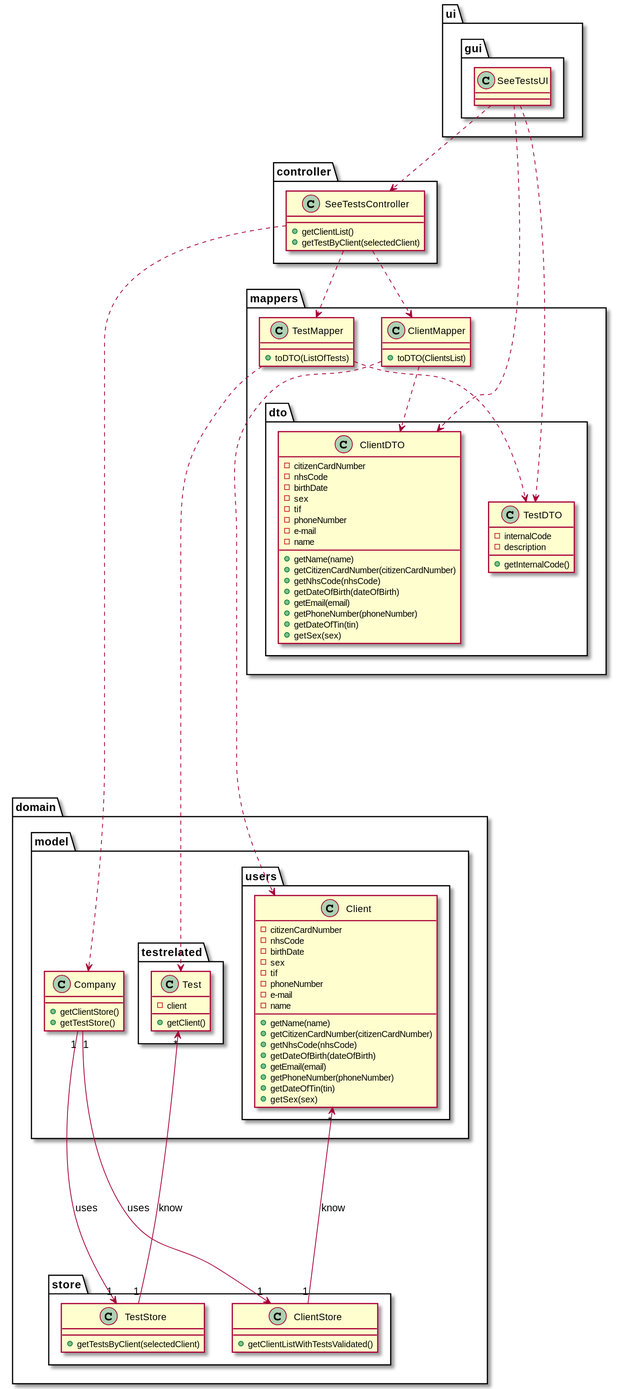
Before: docs/SprintD/US13/US13_CD.svg, a diagram exported from PlantUML (manu-07-ela/LAPR2_ISEP). The source it was exported from:
```plantuml
@startuml
package ui {
package gui {
class SeeTestsUI
}
}
package controller {
class SeeTestsController
}

package mappers {
package dto {
class ClientDTO
class TestDTO
}
class ClientMapper
class TestMapper
}

package domain {
package model {
package users {
class Client
}
package testrelated {
class Test
}
class Company
}
package store {
class ClientStore
class TestStore
}
}

class SeeTestsUI {
}

class SeeTestsController {
+getClientList()
+getTestByClient(selectedClient)

}

class  ClientDTO{
-citizenCardNumber
-nhsCode
-birthDate
-sex
-tif
-phoneNumber
-e-mail
-name

+getName(name)
+getCitizenCardNumber(citizenCardNumber)
+getNhsCode(nhsCode)
+getDateOfBirth(dateOfBirth)
+getEmail(email)
+getPhoneNumber(phoneNumber)
+getDateOfTin(tin)
+getSex(sex)
}

class TestDTO{
-internalCode
-description
+getInternalCode()
}

class Company{
+getClientStore()
+getTestStore()

}

class ClientStore{
+getClientListWithTestsValidated()

}

class ClientMapper{
+toDTO(ClientsList)
}

class TestStore{
+getTestsByClient(selectedClient)

}
class Client {
-citizenCardNumber
-nhsCode
-birthDate
-sex
-tif
-phoneNumber
-e-mail
-name

+getName(name)
+getCitizenCardNumber(citizenCardNumber)
+getNhsCode(nhsCode)
+getDateOfBirth(dateOfBirth)
+getEmail(email)
+getPhoneNumber(phoneNumber)
+getDateOfTin(tin)
+getSex(sex)


}

class TestMapper{
+toDTO(ListOfTests)

}

class Test {
-client
+getClient()

}

SeeTestsUI .> SeeTestsController
SeeTestsUI ....> ClientDTO
SeeTestsUI ....> TestDTO
SeeTestsController .> TestMapper
SeeTestsController ..> ClientMapper
SeeTestsController ..> Company
Company "1" ----> "1" TestStore : uses
Company "1" -----> "1" ClientStore : uses
ClientStore "1" --> "*" Client : know
TestStore"1" --> "*" Test : know
TestMapper ..> TestDTO
TestMapper .....> Test
ClientMapper ..> ClientDTO
ClientMapper ..> Client

@enduml
```
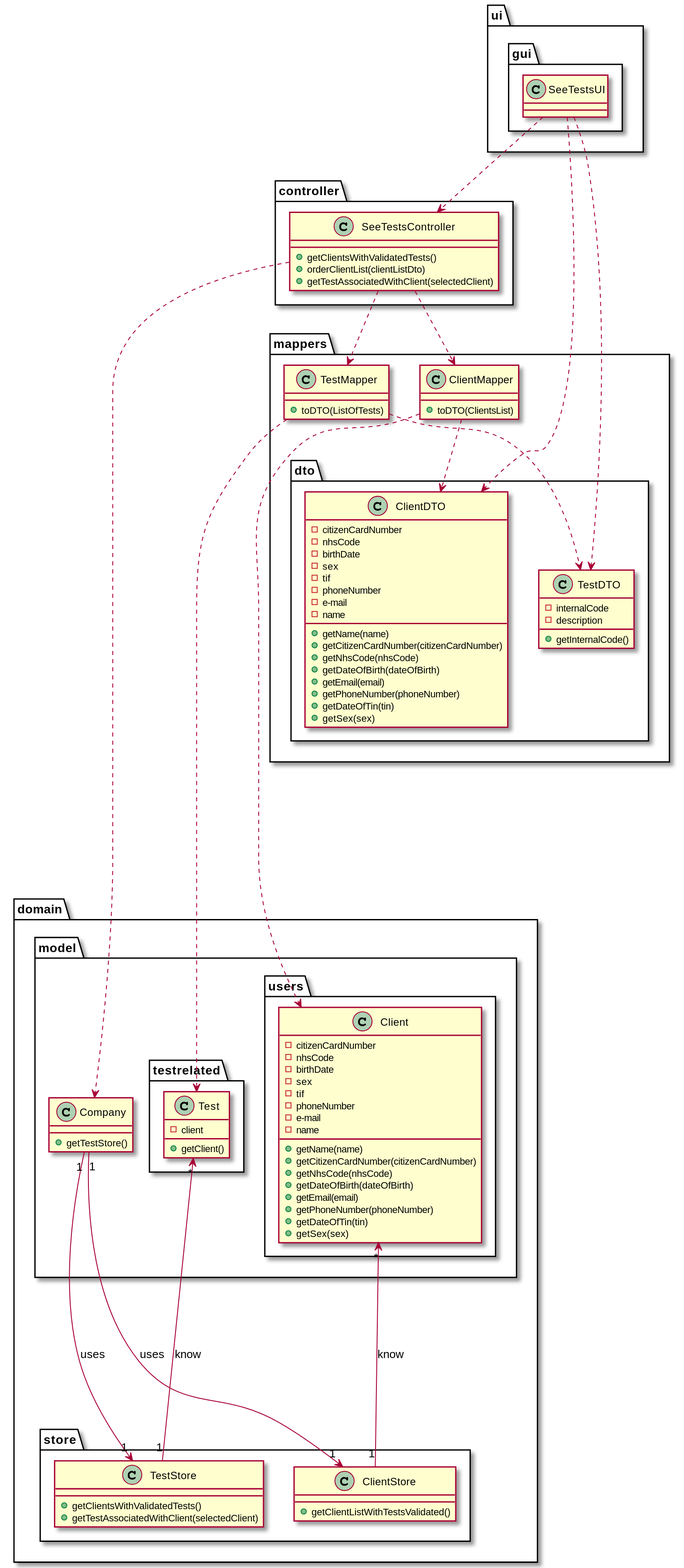
The same file after the commit.

Change to the diagram source:
```diff
@@ -37,8 +37,10 @@
 }
 
 class SeeTestsController {
-+getClientList()
-+getTestByClient(selectedClient)
++getClientsWithValidatedTests()
++orderClientList(clientListDto)
++getTestAssociatedWithClient(selectedClient)
+
 
 }
 
@@ -69,7 +71,6 @@
 }
 
 class Company{
-+getClientStore()
 +getTestStore()
 
 }
@@ -84,7 +85,8 @@
 }
 
 class TestStore{
-+getTestsByClient(selectedClient)
++getClientsWithValidatedTests()
++getTestAssociatedWithClient(selectedClient)
 
 }
 class Client {
```
